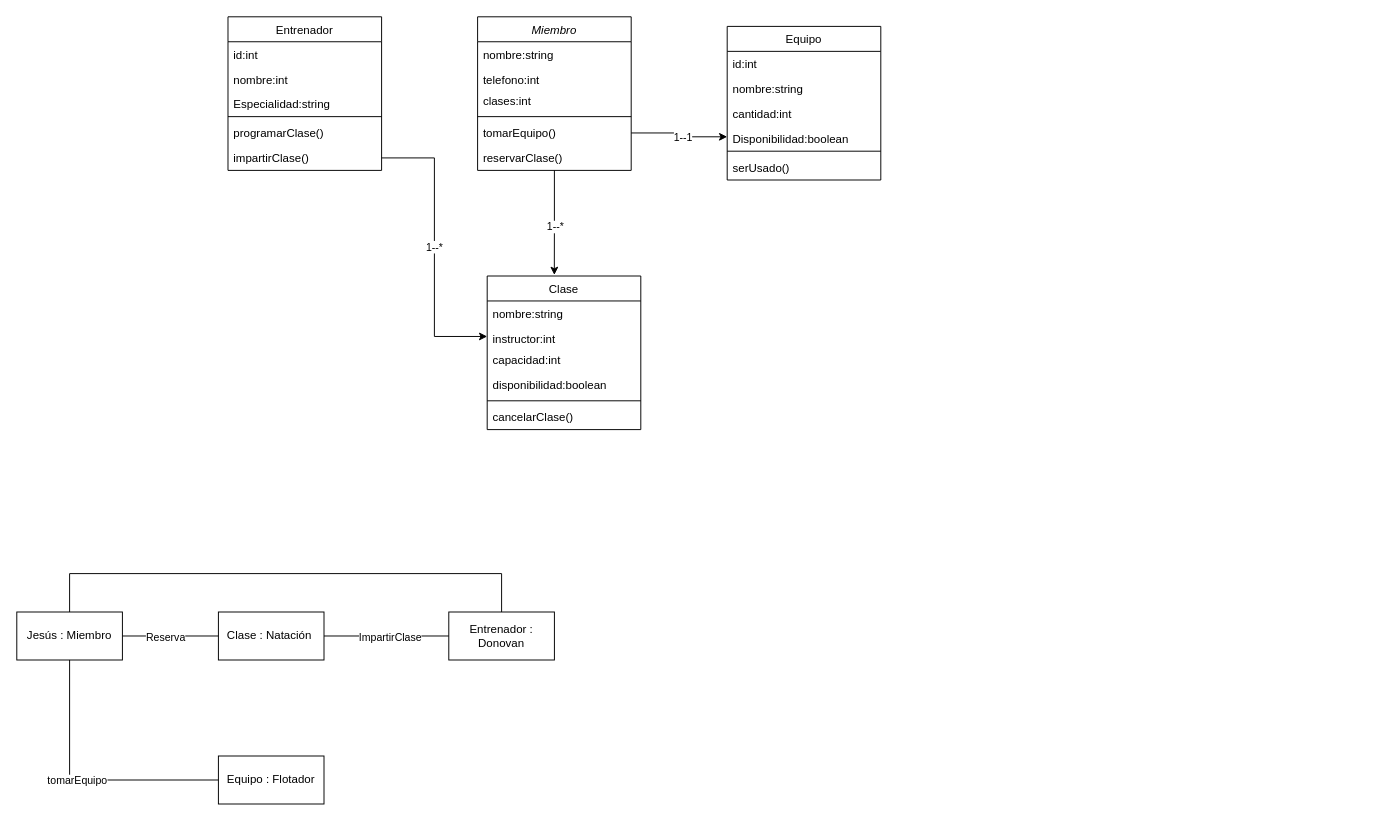
Earlier version of the draw.io diagram ClasesGym.drawio (Drakog117/Application-Web-Design). Source tidied: cells renumbered, new cells numbered last; positions are measured from the earlier drawing's top-left corner, leaving out a move shared by most shapes. Both pictures are drawn from the tidied source at 96%, with x=0, y=0 at pixel (16, 16).
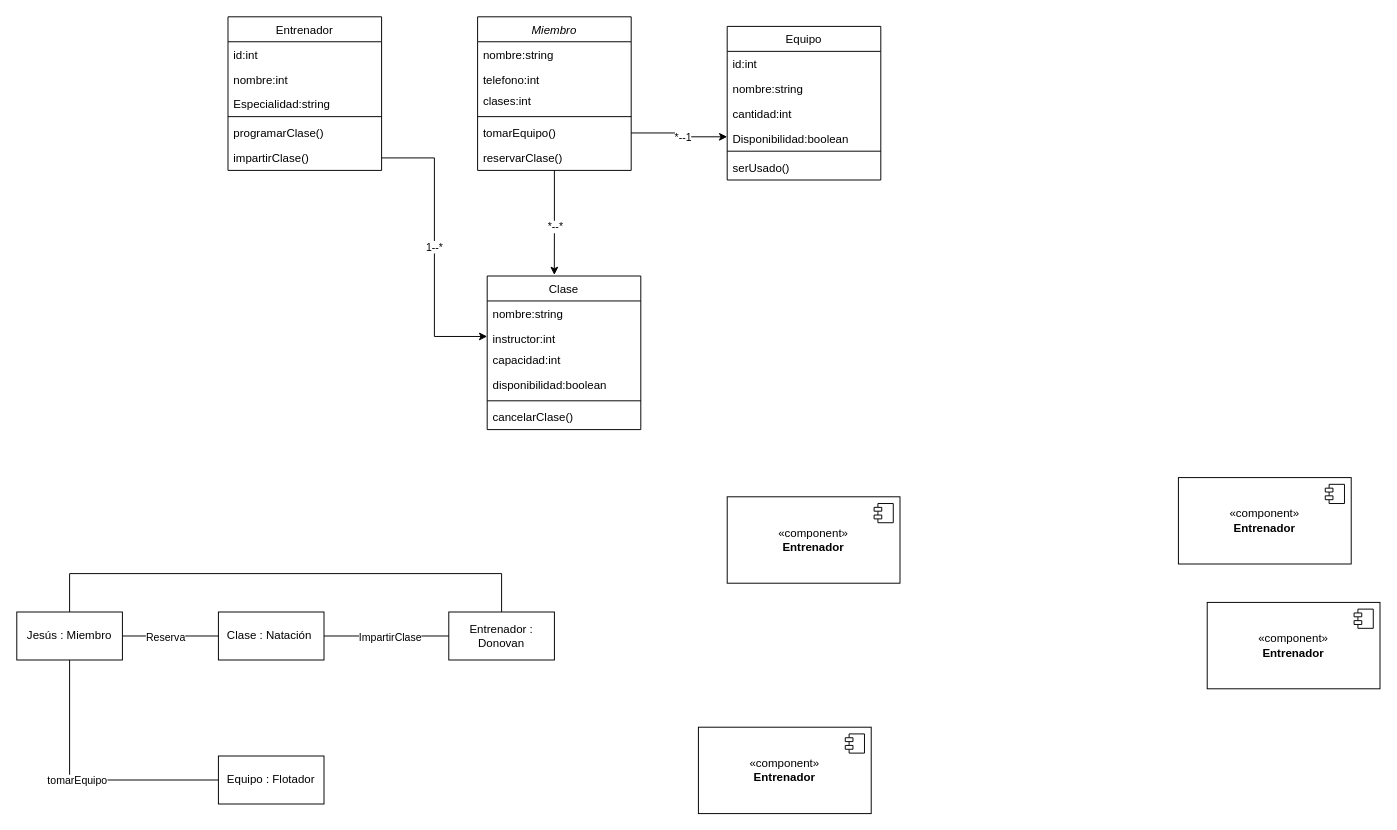
The same page after the edit.

Unchanged cells that the change refers to:
```xml
<mxCell id="30" style="edgeStyle=orthogonalEdgeStyle;rounded=0;jettySize=auto;html=1;entryX=0.437;entryY=-0.007;entryDx=0;entryDy=0;entryPerimeter=0;" parent="1" edge="1" source="2" target="16">
  <mxGeometry relative="1" as="geometry" />
</mxCell>
<mxCell id="34" style="edgeStyle=orthogonalEdgeStyle;rounded=0;jettySize=auto;html=1;exitX=1;exitY=0.5;exitDx=0;exitDy=0;" parent="1" edge="1" source="7" target="13">
  <mxGeometry relative="1" as="geometry" />
</mxCell>
```

Change to the diagram source:
```diff
@@
-    <mxCell id="31" value="1--*" style="edgeLabel;html=1;align=center;verticalAlign=middle;rotation=0;" parent="30" vertex="1">
+    <mxCell id="31" value="*--*" style="edgeLabel;html=1;align=center;verticalAlign=middle;rotation=0;" parent="30" vertex="1">
       <mxGeometry x="0.09" y="1" relative="1" as="geometry" />
     </mxCell>
@@
-    <mxCell id="35" value="1--1" style="edgeLabel;html=1;align=center;verticalAlign=middle;" parent="34" vertex="1">
+    <mxCell id="35" value="*--1" style="edgeLabel;html=1;align=center;verticalAlign=middle;" parent="34" vertex="1">
       <mxGeometry x="0.1" relative="1" as="geometry" />
     </mxCell>
@@
+    <mxCell id="47" value="«component»&lt;br&gt;&lt;b&gt;Entrenador&lt;/b&gt;" style="html=1;whiteSpace=wrap;" parent="1" vertex="1">
+      <mxGeometry x="740" y="500" width="180" height="90" as="geometry" />
+    </mxCell>
+    <mxCell id="48" style="shape=module;jettyWidth=8;jettyHeight=4;" parent="47" vertex="1">
+      <mxGeometry x="1" width="20" height="20" relative="1" as="geometry">
+        <mxPoint x="-27" y="7" as="offset" />
+      </mxGeometry>
+    </mxCell>
+    <mxCell id="49" value="«component»&lt;br&gt;&lt;b&gt;Entrenador&lt;/b&gt;" style="html=1;whiteSpace=wrap;" parent="1" vertex="1">
+      <mxGeometry x="1240" y="610" width="180" height="90" as="geometry" />
+    </mxCell>
+    <mxCell id="50" style="shape=module;jettyWidth=8;jettyHeight=4;" parent="49" vertex="1">
+      <mxGeometry x="1" width="20" height="20" relative="1" as="geometry">
+        <mxPoint x="-27" y="7" as="offset" />
+      </mxGeometry>
+    </mxCell>
+    <mxCell id="51" value="«component»&lt;br&gt;&lt;b&gt;Entrenador&lt;/b&gt;" style="html=1;whiteSpace=wrap;" parent="1" vertex="1">
+      <mxGeometry x="710" y="740" width="180" height="90" as="geometry" />
+    </mxCell>
+    <mxCell id="52" style="shape=module;jettyWidth=8;jettyHeight=4;" parent="51" vertex="1">
+      <mxGeometry x="1" width="20" height="20" relative="1" as="geometry">
+        <mxPoint x="-27" y="7" as="offset" />
+      </mxGeometry>
+    </mxCell>
+    <mxCell id="53" value="«component»&lt;br&gt;&lt;b&gt;Entrenador&lt;/b&gt;" style="html=1;whiteSpace=wrap;" parent="1" vertex="1">
+      <mxGeometry x="1210" y="480" width="180" height="90" as="geometry" />
+    </mxCell>
+    <mxCell id="54" style="shape=module;jettyWidth=8;jettyHeight=4;" parent="53" vertex="1">
+      <mxGeometry x="1" width="20" height="20" relative="1" as="geometry">
+        <mxPoint x="-27" y="7" as="offset" />
+      </mxGeometry>
+    </mxCell>
```
